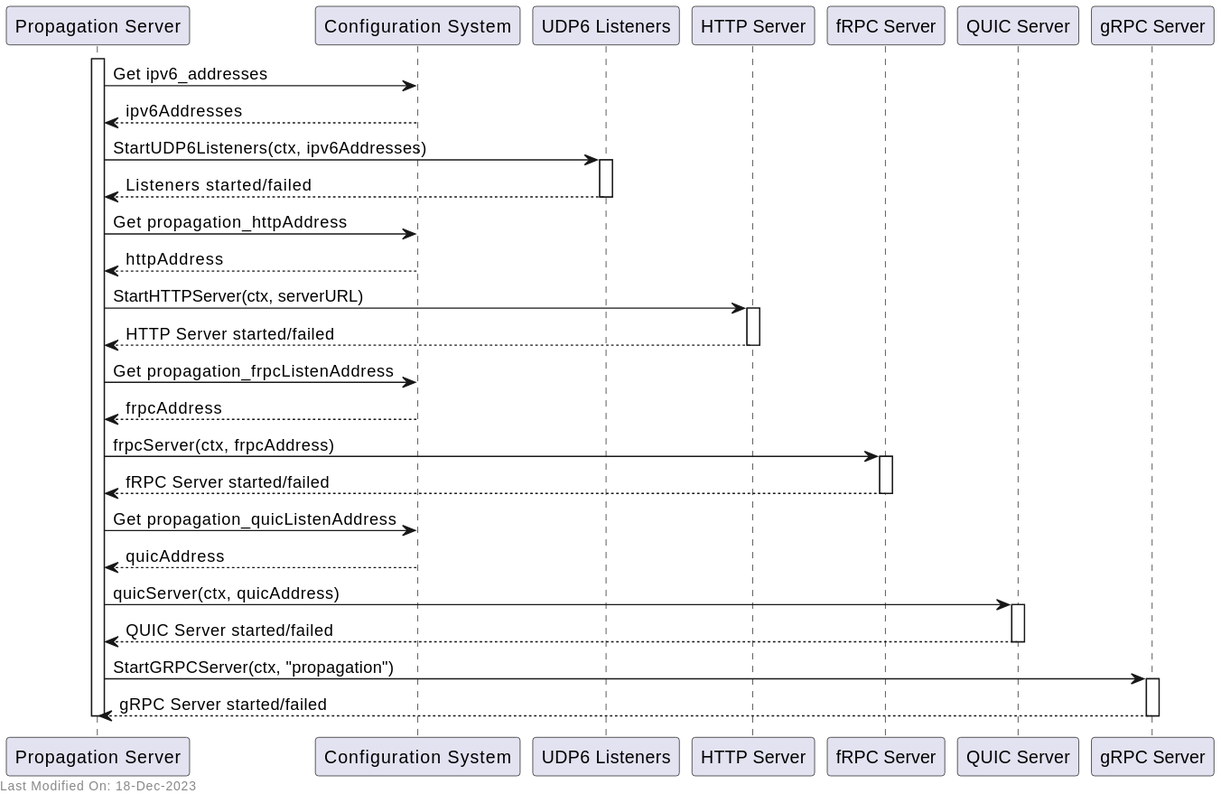
The PlantUML diagram docs/services/img/plantuml/propagation/propagation_startup.svg in freemans13/teranode, before a commit. Its source is kept beside it as docs/services/img/plantuml/propagation/propagation_startup.puml.
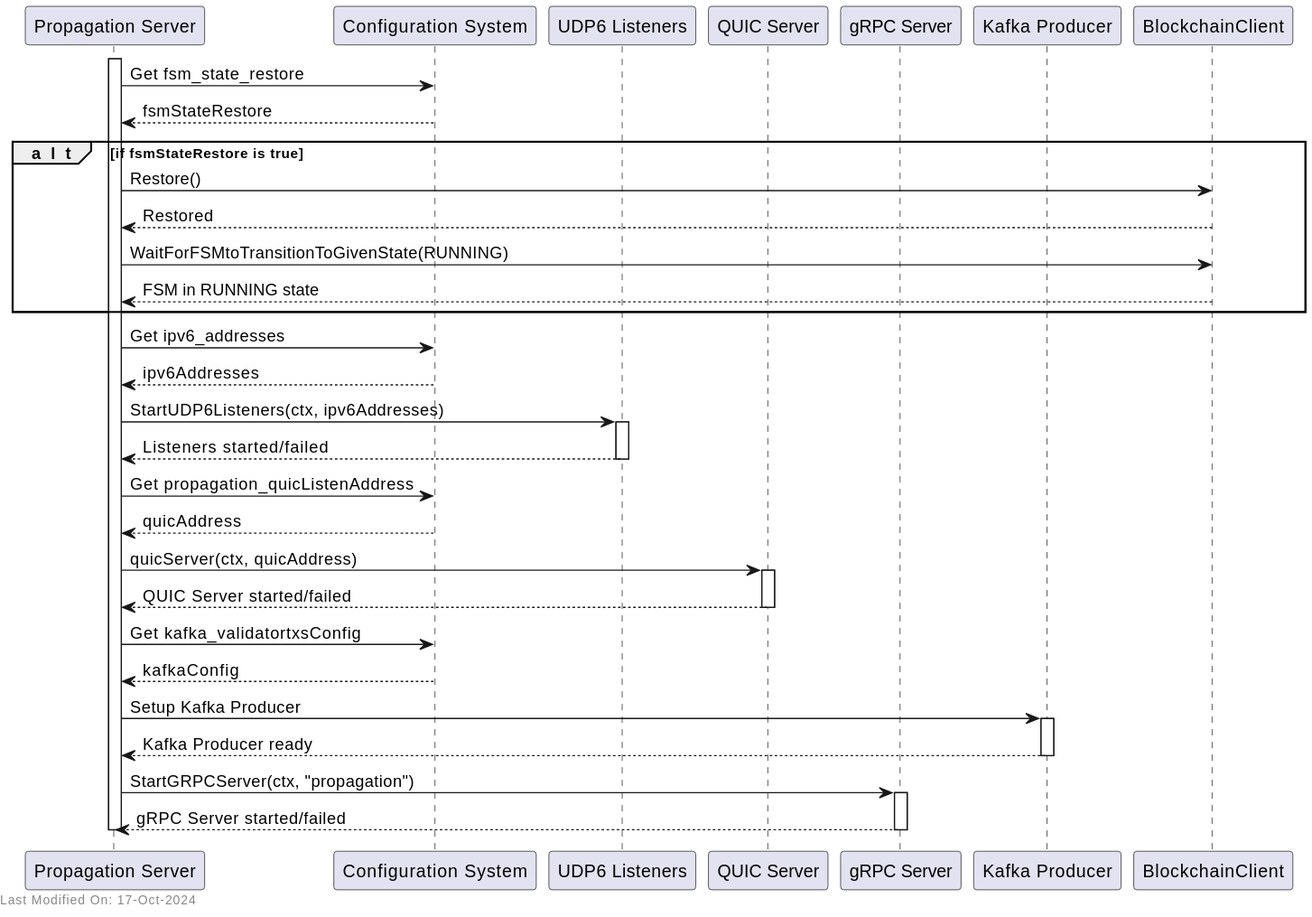
The same diagram one commit later.

Commit message:
Documentation - restructure Propagation Service documentation for better separation of design and reference documents #1393

Change to the diagram source:
```diff
@@ -3,12 +3,22 @@
 participant "Propagation Server" as Server
 participant "Configuration System" as Config
 participant "UDP6 Listeners" as UDP6
-participant "HTTP Server" as HTTP
-participant "fRPC Server" as fRPC
 participant "QUIC Server" as QUIC
 participant "gRPC Server" as gRPC
+participant "Kafka Producer" as Kafka
+participant "BlockchainClient" as BC
 
 activate Server
+
+Server -> Config: Get fsm_state_restore
+Config --> Server: fsmStateRestore
+
+alt if fsmStateRestore is true
+    Server -> BC: Restore()
+    BC --> Server: Restored
+    Server -> BC: WaitForFSMtoTransitionToGivenState(RUNNING)
+    BC --> Server: FSM in RUNNING state
+end
 
 Server -> Config: Get ipv6_addresses
 Config --> Server: ipv6Addresses
@@ -17,26 +27,19 @@
 UDP6 --> Server: Listeners started/failed
 deactivate UDP6
 
-Server -> Config: Get propagation_httpAddress
-Config --> Server: httpAddress
-Server -> HTTP: StartHTTPServer(ctx, serverURL)
-activate HTTP
-HTTP --> Server: HTTP Server started/failed
-deactivate HTTP
-
-Server -> Config: Get propagation_frpcListenAddress
-Config --> Server: frpcAddress
-Server -> fRPC: frpcServer(ctx, frpcAddress)
-activate fRPC
-fRPC --> Server: fRPC Server started/failed
-deactivate fRPC
-
 Server -> Config: Get propagation_quicListenAddress
 Config --> Server: quicAddress
 Server -> QUIC: quicServer(ctx, quicAddress)
 activate QUIC
 QUIC --> Server: QUIC Server started/failed
 deactivate QUIC
+
+Server -> Config: Get kafka_validatortxsConfig
+Config --> Server: kafkaConfig
+Server -> Kafka: Setup Kafka Producer
+activate Kafka
+Kafka --> Server: Kafka Producer ready
+deactivate Kafka
 
 Server -> gRPC: StartGRPCServer(ctx, "propagation")
 activate gRPC
```
